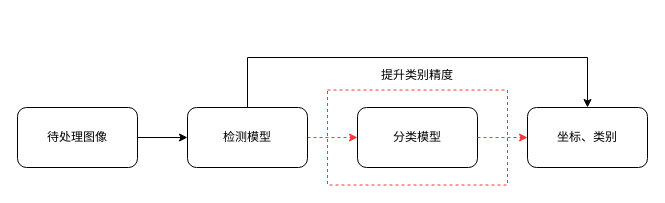
Earlier version of the draw.io diagram 检测流程图.drawio (Linranran/my_images). Source tidied: cells renumbered, new cells numbered last; positions are measured from the earlier drawing's top-left corner, leaving out a move shared by most shapes. Both pictures are drawn from the tidied source at 100%, with x=0, y=0 at pixel (17, 57).
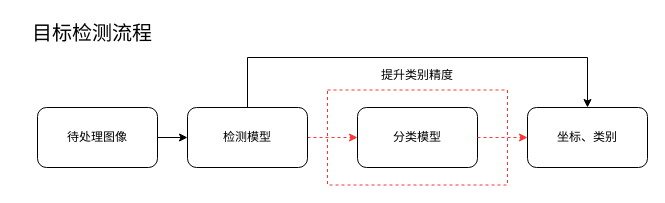
Above is the later version.

Commit message (it also covers changes not shown here):
Update 检测流程图.drawio

Change to the diagram source:
```diff
@@
 <mxGraphModel>
   <root>
     <mxCell id="0" />
     <mxCell id="1" parent="0" />
     <mxCell id="2" style="edgeStyle=orthogonalEdgeStyle;rounded=0;jettySize=auto;html=1;" parent="1" edge="1" source="3" target="6">
       <mxGeometry relative="1" as="geometry" />
     </mxCell>
     <mxCell id="3" value="待处理图像" style="rounded=1;whiteSpace=wrap;html=1;" parent="1" vertex="1">
-      <mxGeometry y="50" width="120" height="60" as="geometry" />
+      <mxGeometry x="20" y="50" width="120" height="60" as="geometry" />
     </mxCell>
     <mxCell id="4" style="edgeStyle=orthogonalEdgeStyle;rounded=0;jettySize=auto;html=1;strokeColor=#FF3333;dashed=1;" parent="1" edge="1" source="6" target="7">
       <mxGeometry relative="1" as="geometry" />
     </mxCell>
     <mxCell id="5" style="edgeStyle=orthogonalEdgeStyle;rounded=0;jettySize=auto;html=1;entryX=0.5;entryY=0;entryDx=0;entryDy=0;" parent="1" edge="1" source="6" target="8">
       <mxGeometry relative="1" as="geometry">
         <Array as="points">
           <mxPoint x="230" />
           <mxPoint x="570" />
         </Array>
       </mxGeometry>
     </mxCell>
     <mxCell id="6" value="检测模型" style="rounded=1;whiteSpace=wrap;html=1;" parent="1" vertex="1">
       <mxGeometry x="170" y="50" width="120" height="60" as="geometry" />
     </mxCell>
     <mxCell id="7" value="分类模型" style="rounded=1;whiteSpace=wrap;html=1;" parent="1" vertex="1">
       <mxGeometry x="340" y="50" width="120" height="60" as="geometry" />
     </mxCell>
     <mxCell id="8" value="坐标、类别" style="rounded=1;whiteSpace=wrap;html=1;" parent="1" vertex="1">
       <mxGeometry x="510" y="50" width="120" height="60" as="geometry" />
     </mxCell>
     <mxCell id="9" style="rounded=0;whiteSpace=wrap;html=1;dashed=1;strokeColor=#FF3333;fillColor=none;" parent="1" vertex="1">
       <mxGeometry x="310" y="32.5" width="180" height="95" as="geometry" />
     </mxCell>
     <mxCell id="10" value="提升类别精度" style="text;html=1;strokeColor=none;fillColor=none;align=center;verticalAlign=middle;whiteSpace=wrap;rounded=0;dashed=1;" parent="1" vertex="1">
       <mxGeometry x="355" y="2.5" width="90" height="30" as="geometry" />
     </mxCell>
     <mxCell id="11" style="edgeStyle=orthogonalEdgeStyle;rounded=0;jettySize=auto;html=1;strokeColor=#FF3333;dashed=1;exitX=1;exitY=0.5;exitDx=0;exitDy=0;entryX=0;entryY=0.5;entryDx=0;entryDy=0;" parent="1" edge="1" source="7" target="8">
       <mxGeometry relative="1" as="geometry">
         <Array as="points">
           <mxPoint x="490" y="80" />
           <mxPoint x="490" y="80" />
         </Array>
       </mxGeometry>
     </mxCell>
+    <mxCell id="12" value="&lt;font style=&quot;font-size: 20px&quot;&gt;目标检测流程&lt;/font&gt;" style="text;html=1;strokeColor=none;fillColor=none;align=center;verticalAlign=middle;whiteSpace=wrap;rounded=0;dashed=1;" parent="1" vertex="1">
+      <mxGeometry x="10" y="-40" width="130" height="30" as="geometry" />
+    </mxCell>
   </root>
 </mxGraphModel>
```
